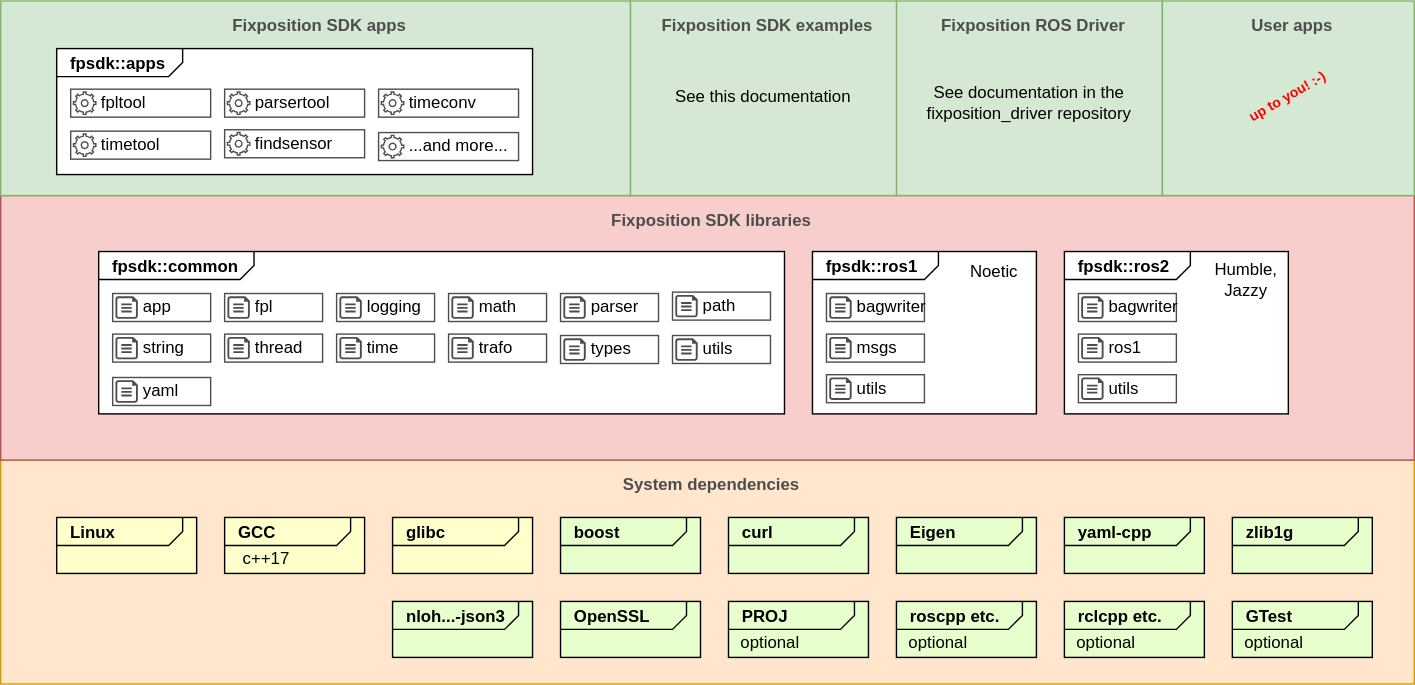
fixposition/fixposition-sdk keeps this draw.io diagram as fpsdk_doc/fpsdk-overview.drawio.svg. Above is the earlier version. Source tidied: cells renumbered, new cells last; positions are measured from the earlier drawing's top-left corner, leaving out a move shared by most shapes.
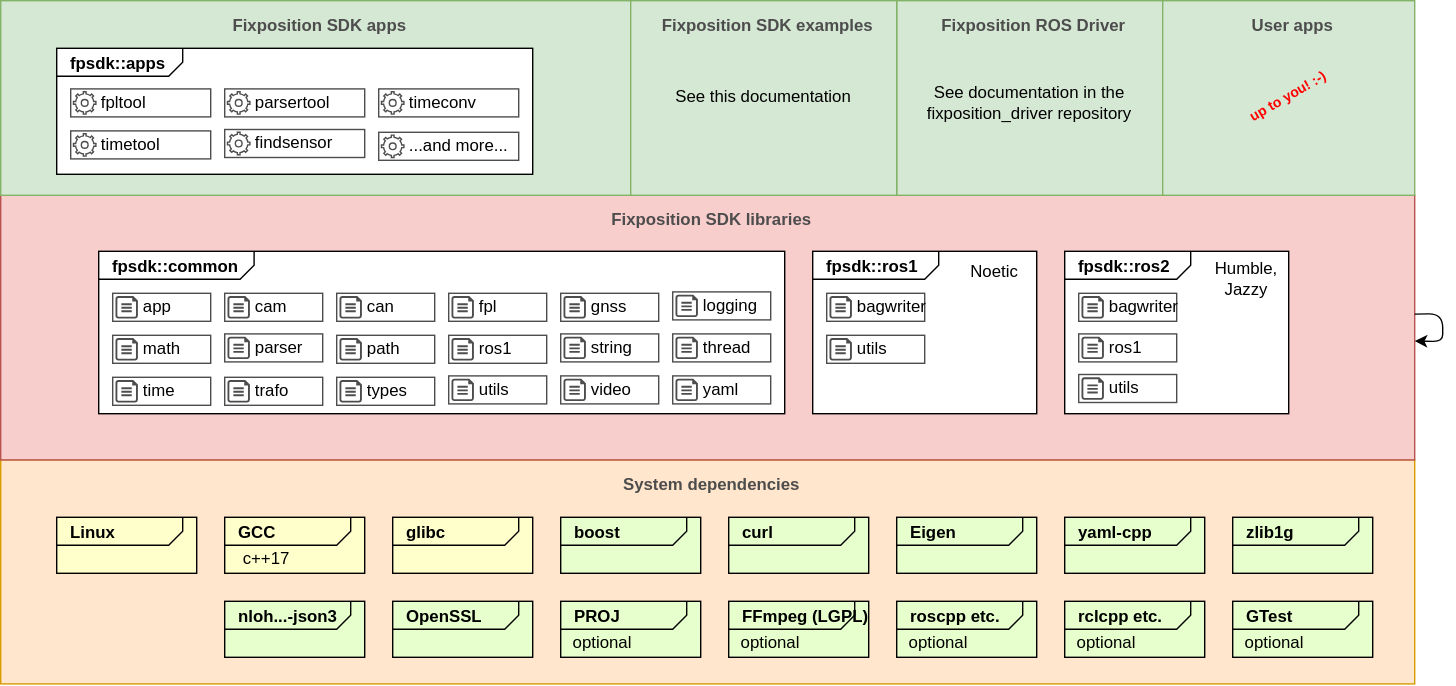
After the change.

Change to the diagram source:
```diff
@@ -75,7 +75,7 @@
       <mxGeometry x="880" y="429" width="100" height="40" as="geometry" />
     </mxCell>
     <mxCell id="26" value="&lt;p style=&quot;margin:0px;margin-top:4px;margin-left:10px;text-align:left;&quot;&gt;&lt;b&gt;PROJ&lt;/b&gt;&lt;/p&gt;" style="html=1;shape=mxgraph.sysml.package;xSize=90;align=left;spacingLeft=10;overflow=fill;fillColor=#E6FFCC;" parent="1" vertex="1">
-      <mxGeometry x="520" y="429" width="100" height="40" as="geometry" />
+      <mxGeometry x="400" y="429" width="100" height="40" as="geometry" />
     </mxCell>
     <mxCell id="27" value="&lt;p style=&quot;margin:0px;margin-top:4px;margin-left:10px;text-align:left;&quot;&gt;&lt;b&gt;&lt;font style=&quot;font-size: 12px;&quot;&gt;rclcpp etc.&lt;/font&gt;&lt;/b&gt;&lt;/p&gt;" style="html=1;shape=mxgraph.sysml.package;xSize=90;align=left;spacingLeft=10;overflow=fill;fillColor=#E6FFCC;" parent="1" vertex="1">
       <mxGeometry x="760" y="429" width="100" height="40" as="geometry" />
@@ -102,7 +102,7 @@
       <mxGeometry x="580" y="179" width="160" height="116" as="geometry" />
     </mxCell>
     <mxCell id="35" style="group;" parent="1" vertex="1">
-      <mxGeometry x="480" y="239" width="70" height="20" as="geometry" />
+      <mxGeometry x="320" y="268" width="70" height="20" as="geometry" />
     </mxCell>
     <mxCell id="36" value="utils" style="whiteSpace=wrap;html=1;strokeColor=#4D4D4D;strokeWidth=1;fontSize=12;fillColor=default;align=left;spacingLeft=20;" parent="35" vertex="1">
       <mxGeometry width="70" height="20" as="geometry" />
@@ -110,17 +110,8 @@
     <mxCell id="37" style="verticalLabelPosition=bottom;html=1;verticalAlign=top;align=center;strokeColor=none;fillColor=#4D4D4D;shape=mxgraph.azure.cloud_services_configuration_file;fontSize=12;" parent="35" vertex="1">
       <mxGeometry x="2" y="2" width="16" height="16" as="geometry" />
     </mxCell>
-    <mxCell id="38" style="group;" parent="1" vertex="1">
-      <mxGeometry x="240" y="238" width="70" height="20" as="geometry" />
-    </mxCell>
-    <mxCell id="39" value="time" style="whiteSpace=wrap;html=1;strokeColor=#4D4D4D;strokeWidth=1;fontSize=12;fillColor=default;align=left;spacingLeft=20;" parent="38" vertex="1">
-      <mxGeometry width="70" height="20" as="geometry" />
-    </mxCell>
-    <mxCell id="40" style="verticalLabelPosition=bottom;html=1;verticalAlign=top;align=center;strokeColor=none;fillColor=#4D4D4D;shape=mxgraph.azure.cloud_services_configuration_file;fontSize=12;" parent="38" vertex="1">
-      <mxGeometry x="2" y="2" width="16" height="16" as="geometry" />
-    </mxCell>
     <mxCell id="41" style="group;" parent="1" vertex="1">
-      <mxGeometry x="480" y="208" width="70" height="20" as="geometry" />
+      <mxGeometry x="240" y="239" width="70" height="20" as="geometry" />
     </mxCell>
     <mxCell id="42" value="path" style="whiteSpace=wrap;html=1;strokeColor=#4D4D4D;strokeWidth=1;fontSize=12;fillColor=default;align=left;spacingLeft=20;" parent="41" vertex="1">
       <mxGeometry width="70" height="20" as="geometry" />
@@ -129,7 +120,7 @@
       <mxGeometry x="2" y="2" width="16" height="16" as="geometry" />
     </mxCell>
     <mxCell id="44" style="group;" parent="1" vertex="1">
-      <mxGeometry x="320" y="209" width="70" height="20" as="geometry" />
+      <mxGeometry x="80" y="239" width="70" height="20" as="geometry" />
     </mxCell>
     <mxCell id="45" value="math" style="whiteSpace=wrap;html=1;strokeColor=#4D4D4D;strokeWidth=1;fontSize=12;fillColor=default;align=left;spacingLeft=20;" parent="44" vertex="1">
       <mxGeometry width="70" height="20" as="geometry" />
@@ -147,7 +138,7 @@
       <mxGeometry x="2" y="2" width="16" height="16" as="geometry" />
     </mxCell>
     <mxCell id="50" style="group;" parent="1" vertex="1">
-      <mxGeometry x="160" y="209" width="70" height="20" as="geometry" />
+      <mxGeometry x="320" y="209" width="70" height="20" as="geometry" />
     </mxCell>
     <mxCell id="51" value="fpl" style="whiteSpace=wrap;html=1;strokeColor=#4D4D4D;strokeWidth=1;fontSize=12;fillColor=default;align=left;spacingLeft=20;" parent="50" vertex="1">
       <mxGeometry width="70" height="20" as="geometry" />
@@ -156,7 +147,7 @@
       <mxGeometry x="2" y="2" width="16" height="16" as="geometry" />
     </mxCell>
     <mxCell id="53" style="group;" parent="1" vertex="1">
-      <mxGeometry x="240" y="209" width="70" height="20" as="geometry" />
+      <mxGeometry x="480" y="208" width="70" height="20" as="geometry" />
     </mxCell>
     <mxCell id="54" value="logging" style="whiteSpace=wrap;html=1;strokeColor=#4D4D4D;strokeWidth=1;fontSize=12;fillColor=default;align=left;spacingLeft=20;" parent="53" vertex="1">
       <mxGeometry width="70" height="20" as="geometry" />
@@ -165,7 +156,7 @@
       <mxGeometry x="2" y="2" width="16" height="16" as="geometry" />
     </mxCell>
     <mxCell id="56" style="group;" parent="1" vertex="1">
-      <mxGeometry x="80" y="238" width="70" height="20" as="geometry" />
+      <mxGeometry x="400" y="238" width="70" height="20" as="geometry" />
     </mxCell>
     <mxCell id="57" value="string" style="whiteSpace=wrap;html=1;strokeColor=#4D4D4D;strokeWidth=1;fontSize=12;fillColor=default;align=left;spacingLeft=20;" parent="56" vertex="1">
       <mxGeometry width="70" height="20" as="geometry" />
@@ -183,7 +174,7 @@
       <mxGeometry x="2" y="2" width="16" height="16" as="geometry" />
     </mxCell>
     <mxCell id="62" style="group;" parent="1" vertex="1">
-      <mxGeometry x="320" y="238" width="70" height="20" as="geometry" />
+      <mxGeometry x="160" y="269" width="70" height="20" as="geometry" />
     </mxCell>
     <mxCell id="63" value="trafo" style="whiteSpace=wrap;html=1;strokeColor=#4D4D4D;strokeWidth=1;fontSize=12;fillColor=default;align=left;spacingLeft=20;" parent="62" vertex="1">
       <mxGeometry width="70" height="20" as="geometry" />
@@ -191,26 +182,17 @@
     <mxCell id="64" style="verticalLabelPosition=bottom;html=1;verticalAlign=top;align=center;strokeColor=none;fillColor=#4D4D4D;shape=mxgraph.azure.cloud_services_configuration_file;fontSize=12;" parent="62" vertex="1">
       <mxGeometry x="2" y="2" width="16" height="16" as="geometry" />
     </mxCell>
-    <mxCell id="65" value="t" style="group;" parent="1" vertex="1">
-      <mxGeometry x="400" y="239" width="70" height="20" as="geometry" />
-    </mxCell>
-    <mxCell id="66" value="types" style="whiteSpace=wrap;html=1;strokeColor=#4D4D4D;strokeWidth=1;fontSize=12;fillColor=default;align=left;spacingLeft=20;" parent="65" vertex="1">
-      <mxGeometry width="70" height="20" as="geometry" />
-    </mxCell>
-    <mxCell id="67" style="verticalLabelPosition=bottom;html=1;verticalAlign=top;align=center;strokeColor=none;fillColor=#4D4D4D;shape=mxgraph.azure.cloud_services_configuration_file;fontSize=12;" parent="65" vertex="1">
-      <mxGeometry x="2" y="2" width="16" height="16" as="geometry" />
-    </mxCell>
     <mxCell id="68" style="group;" parent="1" vertex="1">
-      <mxGeometry x="80" y="269" width="70" height="20" as="geometry" />
+      <mxGeometry x="400" y="268" width="70" height="20" as="geometry" />
     </mxCell>
-    <mxCell id="69" value="yaml" style="whiteSpace=wrap;html=1;strokeColor=#4D4D4D;strokeWidth=1;fontSize=12;fillColor=default;align=left;spacingLeft=20;" parent="68" vertex="1">
+    <mxCell id="69" value="video" style="whiteSpace=wrap;html=1;strokeColor=#4D4D4D;strokeWidth=1;fontSize=12;fillColor=default;align=left;spacingLeft=20;" parent="68" vertex="1">
       <mxGeometry width="70" height="20" as="geometry" />
     </mxCell>
     <mxCell id="70" style="verticalLabelPosition=bottom;html=1;verticalAlign=top;align=center;strokeColor=none;fillColor=#4D4D4D;shape=mxgraph.azure.cloud_services_configuration_file;fontSize=12;" parent="68" vertex="1">
       <mxGeometry x="2" y="2" width="16" height="16" as="geometry" />
     </mxCell>
     <mxCell id="71" style="group;" parent="1" vertex="1">
-      <mxGeometry x="590" y="267" width="70" height="20" as="geometry" />
+      <mxGeometry x="590" y="239" width="70" height="20" as="geometry" />
     </mxCell>
     <mxCell id="72" value="utils" style="whiteSpace=wrap;html=1;strokeColor=#4D4D4D;strokeWidth=1;fontSize=12;fillColor=default;align=left;spacingLeft=20;" parent="71" vertex="1">
       <mxGeometry width="70" height="20" as="geometry" />
@@ -231,7 +213,7 @@
       <mxGeometry x="2" y="2" width="16" height="16" as="geometry" />
     </mxCell>
     <mxCell id="78" style="group;" parent="1" vertex="1">
-      <mxGeometry x="400" y="209" width="73.3" height="20" as="geometry" />
+      <mxGeometry x="160" y="238" width="73.3" height="20" as="geometry" />
     </mxCell>
     <mxCell id="79" value="parser" style="whiteSpace=wrap;html=1;strokeColor=#4D4D4D;strokeWidth=1;fontSize=12;fillColor=default;align=left;spacingLeft=20;" parent="78" vertex="1">
       <mxGeometry width="70" height="20" as="geometry" />
@@ -240,7 +222,7 @@
       <mxGeometry x="2" y="2" width="16" height="16" as="geometry" />
     </mxCell>
     <mxCell id="81" value="optional" style="text;strokeColor=none;align=center;fillColor=none;html=1;verticalAlign=middle;whiteSpace=wrap;rounded=0;" parent="1" vertex="1">
-      <mxGeometry x="520" y="449" width="60" height="20" as="geometry" />
+      <mxGeometry x="400" y="449" width="60" height="20" as="geometry" />
     </mxCell>
     <mxCell id="82" value="Noetic" style="text;strokeColor=none;align=center;fillColor=none;html=1;verticalAlign=middle;whiteSpace=wrap;rounded=0;" parent="1" vertex="1">
       <mxGeometry x="680" y="178" width="60" height="31" as="geometry" />
@@ -248,17 +230,8 @@
     <mxCell id="83" value="Humble,&lt;br&gt;Jazzy" style="text;strokeColor=none;align=center;fillColor=none;html=1;verticalAlign=middle;whiteSpace=wrap;rounded=0;" parent="1" vertex="1">
       <mxGeometry x="860" y="179" width="60" height="40" as="geometry" />
     </mxCell>
-    <mxCell id="84" style="group;" parent="1" vertex="1">
-      <mxGeometry x="590" y="238" width="70" height="20" as="geometry" />
-    </mxCell>
-    <mxCell id="85" value="msgs" style="whiteSpace=wrap;html=1;strokeColor=#4D4D4D;strokeWidth=1;fontSize=12;fillColor=default;align=left;spacingLeft=20;" parent="84" vertex="1">
-      <mxGeometry width="70" height="20" as="geometry" />
-    </mxCell>
-    <mxCell id="86" style="verticalLabelPosition=bottom;html=1;verticalAlign=top;align=center;strokeColor=none;fillColor=#4D4D4D;shape=mxgraph.azure.cloud_services_configuration_file;fontSize=12;" parent="84" vertex="1">
-      <mxGeometry x="2" y="2" width="16" height="16" as="geometry" />
-    </mxCell>
     <mxCell id="87" style="group;" parent="1" vertex="1">
-      <mxGeometry x="160" y="238" width="70" height="20" as="geometry" />
+      <mxGeometry x="480" y="238" width="70" height="20" as="geometry" />
     </mxCell>
     <mxCell id="88" value="thread" style="whiteSpace=wrap;html=1;strokeColor=#4D4D4D;strokeWidth=1;fontSize=12;fillColor=default;align=left;spacingLeft=20;" parent="87" vertex="1">
       <mxGeometry width="70" height="20" as="geometry" />
@@ -279,10 +252,10 @@
       <mxGeometry x="660" y="38" width="150" height="70" as="geometry" />
     </mxCell>
     <mxCell id="94" value="&lt;p style=&quot;margin:0px;margin-top:4px;margin-left:10px;text-align:left;&quot;&gt;&lt;b&gt;OpenSSL&lt;/b&gt;&lt;/p&gt;" style="html=1;shape=mxgraph.sysml.package;xSize=90;align=left;spacingLeft=10;overflow=fill;fillColor=#E6FFCC;" parent="1" vertex="1">
-      <mxGeometry x="400" y="429" width="100" height="40" as="geometry" />
+      <mxGeometry x="280" y="429" width="100" height="40" as="geometry" />
     </mxCell>
     <mxCell id="95" value="&lt;p style=&quot;margin:0px;margin-top:4px;margin-left:10px;text-align:left;&quot;&gt;&lt;b&gt;nloh...-json3&lt;/b&gt;&lt;/p&gt;" style="html=1;shape=mxgraph.sysml.package;xSize=90;align=left;spacingLeft=10;overflow=fill;fillColor=#E6FFCC;" parent="1" vertex="1">
-      <mxGeometry x="280" y="429" width="100" height="40" as="geometry" />
+      <mxGeometry x="160" y="429" width="100" height="40" as="geometry" />
     </mxCell>
     <mxCell id="96" style="group;" parent="1" vertex="1">
       <mxGeometry x="270" y="63" width="100" height="20" as="geometry" />
@@ -341,5 +314,77 @@
     <mxCell id="114" value="findsensor" style="whiteSpace=wrap;html=1;strokeColor=#4D4D4D;strokeWidth=1;fontSize=12;fillColor=none;align=left;spacingLeft=20;" parent="112" vertex="1">
       <mxGeometry width="100" height="20" as="geometry" />
     </mxCell>
+    <mxCell id="115" style="group;" parent="1" vertex="1">
+      <mxGeometry x="480" y="268" width="70" height="20" as="geometry" />
+    </mxCell>
+    <mxCell id="116" value="yaml" style="whiteSpace=wrap;html=1;strokeColor=#4D4D4D;strokeWidth=1;fontSize=12;fillColor=default;align=left;spacingLeft=20;" parent="115" vertex="1">
+      <mxGeometry width="70" height="20" as="geometry" />
+    </mxCell>
+    <mxCell id="117" style="verticalLabelPosition=bottom;html=1;verticalAlign=top;align=center;strokeColor=none;fillColor=#4D4D4D;shape=mxgraph.azure.cloud_services_configuration_file;fontSize=12;" parent="115" vertex="1">
+      <mxGeometry x="2" y="2" width="16" height="16" as="geometry" />
+    </mxCell>
+    <mxCell id="118" value="&lt;p style=&quot;margin:0px;margin-top:4px;margin-left:10px;text-align:left;&quot;&gt;&lt;b&gt;FFmpeg (LGPL)&lt;/b&gt;&lt;/p&gt;" style="html=1;shape=mxgraph.sysml.package;xSize=90;align=left;spacingLeft=10;overflow=fill;fillColor=#E6FFCC;" parent="1" vertex="1">
+      <mxGeometry x="520" y="429" width="100" height="40" as="geometry" />
+    </mxCell>
+    <mxCell id="119" value="optional" style="text;strokeColor=none;align=center;fillColor=none;html=1;verticalAlign=middle;whiteSpace=wrap;rounded=0;" parent="1" vertex="1">
+      <mxGeometry x="520" y="449" width="60" height="20" as="geometry" />
+    </mxCell>
+    <mxCell id="120" style="edgeStyle=none;html=1;" parent="1" edge="1" source="3" target="3">
+      <mxGeometry relative="1" as="geometry" />
+    </mxCell>
+    <mxCell id="121" style="group;" parent="1" vertex="1">
+      <mxGeometry x="160" y="209" width="70" height="20" as="geometry" />
+    </mxCell>
+    <mxCell id="122" value="cam" style="whiteSpace=wrap;html=1;strokeColor=#4D4D4D;strokeWidth=1;fontSize=12;fillColor=default;align=left;spacingLeft=20;" parent="121" vertex="1">
+      <mxGeometry width="70" height="20" as="geometry" />
+    </mxCell>
+    <mxCell id="123" style="verticalLabelPosition=bottom;html=1;verticalAlign=top;align=center;strokeColor=none;fillColor=#4D4D4D;shape=mxgraph.azure.cloud_services_configuration_file;fontSize=12;" parent="121" vertex="1">
+      <mxGeometry x="2" y="2" width="16" height="16" as="geometry" />
+    </mxCell>
+    <mxCell id="124" style="group;" parent="1" vertex="1">
+      <mxGeometry x="240" y="209" width="70" height="20" as="geometry" />
+    </mxCell>
+    <mxCell id="125" value="can" style="whiteSpace=wrap;html=1;strokeColor=#4D4D4D;strokeWidth=1;fontSize=12;fillColor=default;align=left;spacingLeft=20;" parent="124" vertex="1">
+      <mxGeometry width="70" height="20" as="geometry" />
+    </mxCell>
+    <mxCell id="126" style="verticalLabelPosition=bottom;html=1;verticalAlign=top;align=center;strokeColor=none;fillColor=#4D4D4D;shape=mxgraph.azure.cloud_services_configuration_file;fontSize=12;" parent="124" vertex="1">
+      <mxGeometry x="2" y="2" width="16" height="16" as="geometry" />
+    </mxCell>
+    <mxCell id="127" style="group;" parent="1" vertex="1">
+      <mxGeometry x="400" y="209" width="70" height="20" as="geometry" />
+    </mxCell>
+    <mxCell id="128" value="gnss" style="whiteSpace=wrap;html=1;strokeColor=#4D4D4D;strokeWidth=1;fontSize=12;fillColor=default;align=left;spacingLeft=20;" parent="127" vertex="1">
+      <mxGeometry width="70" height="20" as="geometry" />
+    </mxCell>
+    <mxCell id="129" style="verticalLabelPosition=bottom;html=1;verticalAlign=top;align=center;strokeColor=none;fillColor=#4D4D4D;shape=mxgraph.azure.cloud_services_configuration_file;fontSize=12;" parent="127" vertex="1">
+      <mxGeometry x="2" y="2" width="16" height="16" as="geometry" />
+    </mxCell>
+    <mxCell id="130" style="group;" parent="1" vertex="1">
+      <mxGeometry x="320" y="239" width="70" height="20" as="geometry" />
+    </mxCell>
+    <mxCell id="131" value="ros1" style="whiteSpace=wrap;html=1;strokeColor=#4D4D4D;strokeWidth=1;fontSize=12;fillColor=default;align=left;spacingLeft=20;" parent="130" vertex="1">
+      <mxGeometry width="70" height="20" as="geometry" />
+    </mxCell>
+    <mxCell id="132" style="verticalLabelPosition=bottom;html=1;verticalAlign=top;align=center;strokeColor=none;fillColor=#4D4D4D;shape=mxgraph.azure.cloud_services_configuration_file;fontSize=12;" parent="130" vertex="1">
+      <mxGeometry x="2" y="2" width="16" height="16" as="geometry" />
+    </mxCell>
+    <mxCell id="133" style="group;" parent="1" vertex="1">
+      <mxGeometry x="80" y="269" width="70" height="20" as="geometry" />
+    </mxCell>
+    <mxCell id="39" value="time" style="whiteSpace=wrap;html=1;strokeColor=#4D4D4D;strokeWidth=1;fontSize=12;fillColor=default;align=left;spacingLeft=20;" parent="133" vertex="1">
+      <mxGeometry width="70" height="20" as="geometry" />
+    </mxCell>
+    <mxCell id="134" style="verticalLabelPosition=bottom;html=1;verticalAlign=top;align=center;strokeColor=none;fillColor=#4D4D4D;shape=mxgraph.azure.cloud_services_configuration_file;fontSize=12;" parent="133" vertex="1">
+      <mxGeometry x="2" y="2" width="16" height="16" as="geometry" />
+    </mxCell>
+    <mxCell id="135" style="group;" parent="1" vertex="1">
+      <mxGeometry x="240" y="269" width="70" height="20" as="geometry" />
+    </mxCell>
+    <mxCell id="66" value="types" style="whiteSpace=wrap;html=1;strokeColor=#4D4D4D;strokeWidth=1;fontSize=12;fillColor=default;align=left;spacingLeft=20;" parent="135" vertex="1">
+      <mxGeometry width="70" height="20" as="geometry" />
+    </mxCell>
+    <mxCell id="136" style="verticalLabelPosition=bottom;html=1;verticalAlign=top;align=center;strokeColor=none;fillColor=#4D4D4D;shape=mxgraph.azure.cloud_services_configuration_file;fontSize=12;" parent="135" vertex="1">
+      <mxGeometry x="2" y="2" width="16" height="16" as="geometry" />
+    </mxCell>
   </root>
 </mxGraphModel>
```
